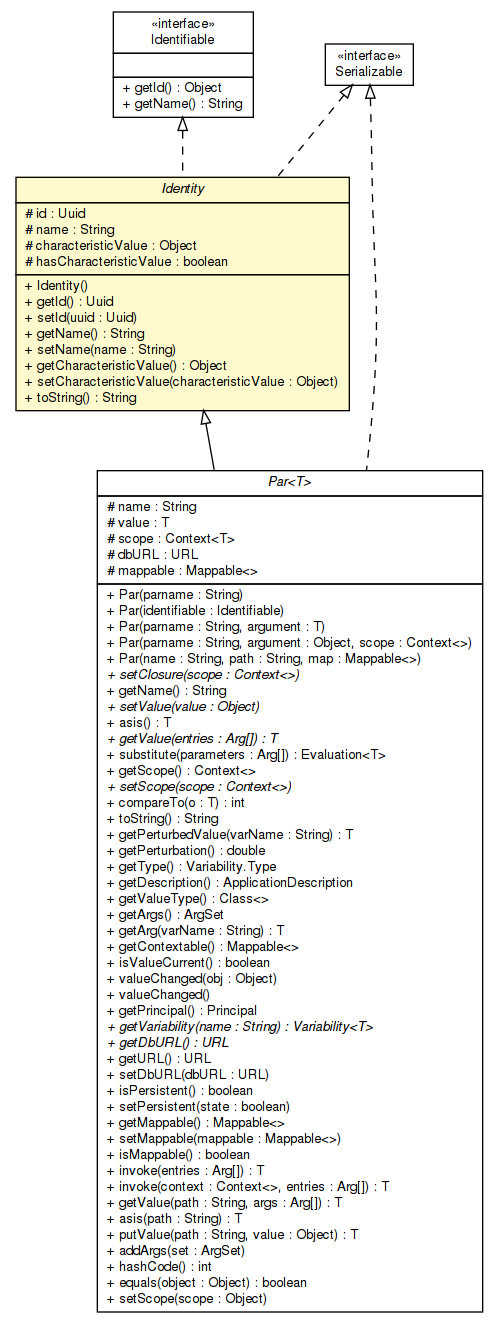
Earlier version of the Graphviz export apidocs/sorcer/service/Identity.png (sorcersoft/sorcersoft.github.io). Its source is kept beside it as apidocs/sorcer/service/Identity.dot.
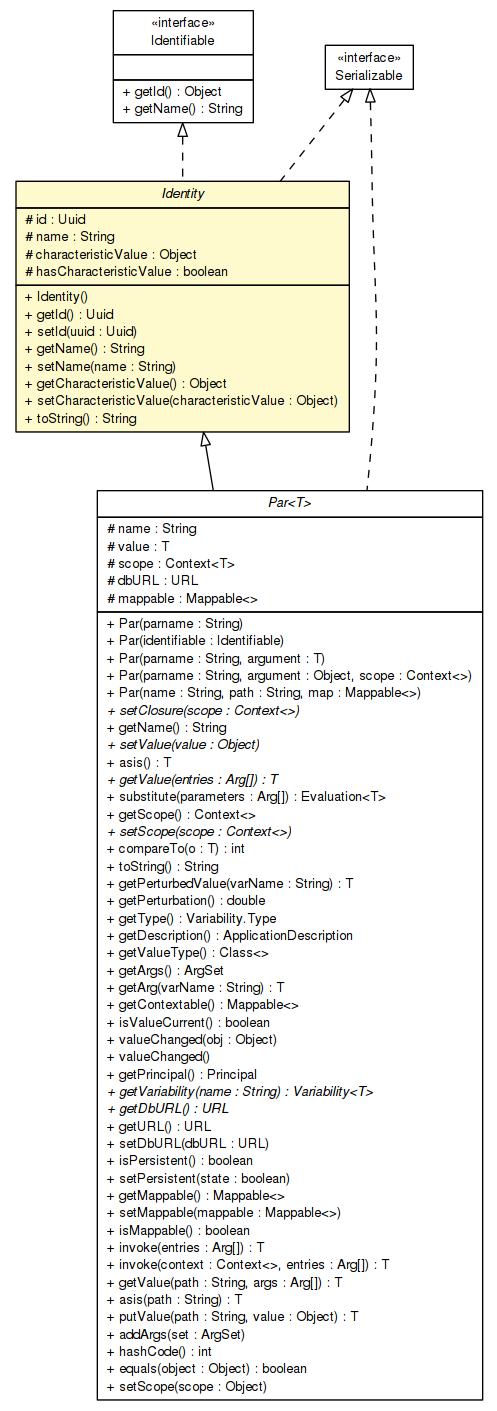
Above is the later version.

Change to the diagram source:
```diff
@@ -4,7 +4,41 @@
 	node [fontname="Helvetica",fontsize=10,shape=plaintext];
 	nodesep=0.25;
 	ranksep=0.5;
-	c239105 [label=<<table title="sorcer.core.context.model.par.Par" border="0" cellborder="1" cellspacing="0" cellpadding="2" port="p" href="../core/context/model/par/Par.html">
+	c274441 [label=<<table title="sorcer.service.Identity" border="0" cellborder="1" cellspacing="0" cellpadding="2" port="p" bgcolor="lemonChiffon" href="./Identity.html">
+		<tr><td><table border="0" cellspacing="0" cellpadding="1">
+<tr><td align="center" balign="center"><font face="Helvetica-Oblique"> Identity </font></td></tr>
+		</table></td></tr>
+		<tr><td><table border="0" cellspacing="0" cellpadding="1">
+<tr><td align="left" balign="left"> # id : Uuid </td></tr>
+<tr><td align="left" balign="left"> # name : String </td></tr>
+<tr><td align="left" balign="left"> # characteristicValue : Object </td></tr>
+<tr><td align="left" balign="left"> # hasCharacteristicValue : boolean </td></tr>
+		</table></td></tr>
+		<tr><td><table border="0" cellspacing="0" cellpadding="1">
+<tr><td align="left" balign="left"> + Identity() </td></tr>
+<tr><td align="left" balign="left"> + getId() : Uuid </td></tr>
+<tr><td align="left" balign="left"> + setId(uuid : Uuid) </td></tr>
+<tr><td align="left" balign="left"> + getName() : String </td></tr>
+<tr><td align="left" balign="left"> + setName(name : String) </td></tr>
+<tr><td align="left" balign="left"> + getCharacteristicValue() : Object </td></tr>
+<tr><td align="left" balign="left"> + setCharacteristicValue(characteristicValue : Object) </td></tr>
+<tr><td align="left" balign="left"> + toString() : String </td></tr>
+		</table></td></tr>
+		</table>>, URL="./Identity.html", fontname="Helvetica", fontcolor="black", fontsize=10.0];
+	c274446 [label=<<table title="sorcer.service.Identifiable" border="0" cellborder="1" cellspacing="0" cellpadding="2" port="p" href="./Identifiable.html">
+		<tr><td><table border="0" cellspacing="0" cellpadding="1">
+<tr><td align="center" balign="center"> &#171;interface&#187; </td></tr>
+<tr><td align="center" balign="center"> Identifiable </td></tr>
+		</table></td></tr>
+		<tr><td><table border="0" cellspacing="0" cellpadding="1">
+<tr><td align="left" balign="left">  </td></tr>
+		</table></td></tr>
+		<tr><td><table border="0" cellspacing="0" cellpadding="1">
+<tr><td align="left" balign="left"> + getId() : Object </td></tr>
+<tr><td align="left" balign="left"> + getName() : String </td></tr>
+		</table></td></tr>
+		</table>>, URL="./Identifiable.html", fontname="Helvetica", fontcolor="black", fontsize=10.0];
+	c274514 [label=<<table title="sorcer.core.context.model.par.Par" border="0" cellborder="1" cellspacing="0" cellpadding="2" port="p" href="../core/context/model/par/Par.html">
 		<tr><td><table border="0" cellspacing="0" cellpadding="1">
 <tr><td align="center" balign="center"><font face="Helvetica-Oblique"> Par&lt;T&gt; </font></td></tr>
 		</table></td></tr>
@@ -63,45 +97,11 @@
 <tr><td align="left" balign="left"> + setScope(scope : Object) </td></tr>
 		</table></td></tr>
 		</table>>, URL="../core/context/model/par/Par.html", fontname="Helvetica", fontcolor="black", fontsize=10.0];
-	c239184 [label=<<table title="sorcer.service.Identity" border="0" cellborder="1" cellspacing="0" cellpadding="2" port="p" bgcolor="lemonChiffon" href="./Identity.html">
-		<tr><td><table border="0" cellspacing="0" cellpadding="1">
-<tr><td align="center" balign="center"><font face="Helvetica-Oblique"> Identity </font></td></tr>
-		</table></td></tr>
-		<tr><td><table border="0" cellspacing="0" cellpadding="1">
-<tr><td align="left" balign="left"> # id : Uuid </td></tr>
-<tr><td align="left" balign="left"> # name : String </td></tr>
-<tr><td align="left" balign="left"> # characteristicValue : Object </td></tr>
-<tr><td align="left" balign="left"> # hasCharacteristicValue : boolean </td></tr>
-		</table></td></tr>
-		<tr><td><table border="0" cellspacing="0" cellpadding="1">
-<tr><td align="left" balign="left"> + Identity() </td></tr>
-<tr><td align="left" balign="left"> + getId() : Uuid </td></tr>
-<tr><td align="left" balign="left"> + setId(uuid : Uuid) </td></tr>
-<tr><td align="left" balign="left"> + getName() : String </td></tr>
-<tr><td align="left" balign="left"> + setName(name : String) </td></tr>
-<tr><td align="left" balign="left"> + getCharacteristicValue() : Object </td></tr>
-<tr><td align="left" balign="left"> + setCharacteristicValue(characteristicValue : Object) </td></tr>
-<tr><td align="left" balign="left"> + toString() : String </td></tr>
-		</table></td></tr>
-		</table>>, URL="./Identity.html", fontname="Helvetica", fontcolor="black", fontsize=10.0];
-	c239195 [label=<<table title="sorcer.service.Identifiable" border="0" cellborder="1" cellspacing="0" cellpadding="2" port="p" href="./Identifiable.html">
-		<tr><td><table border="0" cellspacing="0" cellpadding="1">
-<tr><td align="center" balign="center"> &#171;interface&#187; </td></tr>
-<tr><td align="center" balign="center"> Identifiable </td></tr>
-		</table></td></tr>
-		<tr><td><table border="0" cellspacing="0" cellpadding="1">
-<tr><td align="left" balign="left">  </td></tr>
-		</table></td></tr>
-		<tr><td><table border="0" cellspacing="0" cellpadding="1">
-<tr><td align="left" balign="left"> + getId() : Object </td></tr>
-<tr><td align="left" balign="left"> + getName() : String </td></tr>
-		</table></td></tr>
-		</table>>, URL="./Identifiable.html", fontname="Helvetica", fontcolor="black", fontsize=10.0];
-	c239184:p -> c239105:p [dir=back,arrowtail=empty];
-	c239613:p -> c239105:p [dir=back,arrowtail=empty,style=dashed];
-	c239613:p -> c239184:p [dir=back,arrowtail=empty,style=dashed];
-	c239195:p -> c239184:p [dir=back,arrowtail=empty,style=dashed];
-	c239613 [label=<<table title="java.io.Serializable" border="0" cellborder="1" cellspacing="0" cellpadding="2" port="p" href="http://docs.oracle.com/javase/7/docs/api/java/io/Serializable.html">
+	c275011:p -> c274441:p [dir=back,arrowtail=empty,style=dashed];
+	c274446:p -> c274441:p [dir=back,arrowtail=empty,style=dashed];
+	c274441:p -> c274514:p [dir=back,arrowtail=empty];
+	c275011:p -> c274514:p [dir=back,arrowtail=empty,style=dashed];
+	c275011 [label=<<table title="java.io.Serializable" border="0" cellborder="1" cellspacing="0" cellpadding="2" port="p" href="http://docs.oracle.com/javase/7/docs/api/java/io/Serializable.html">
 		<tr><td><table border="0" cellspacing="0" cellpadding="1">
 <tr><td align="center" balign="center"> &#171;interface&#187; </td></tr>
 <tr><td align="center" balign="center"> Serializable </td></tr>
```
